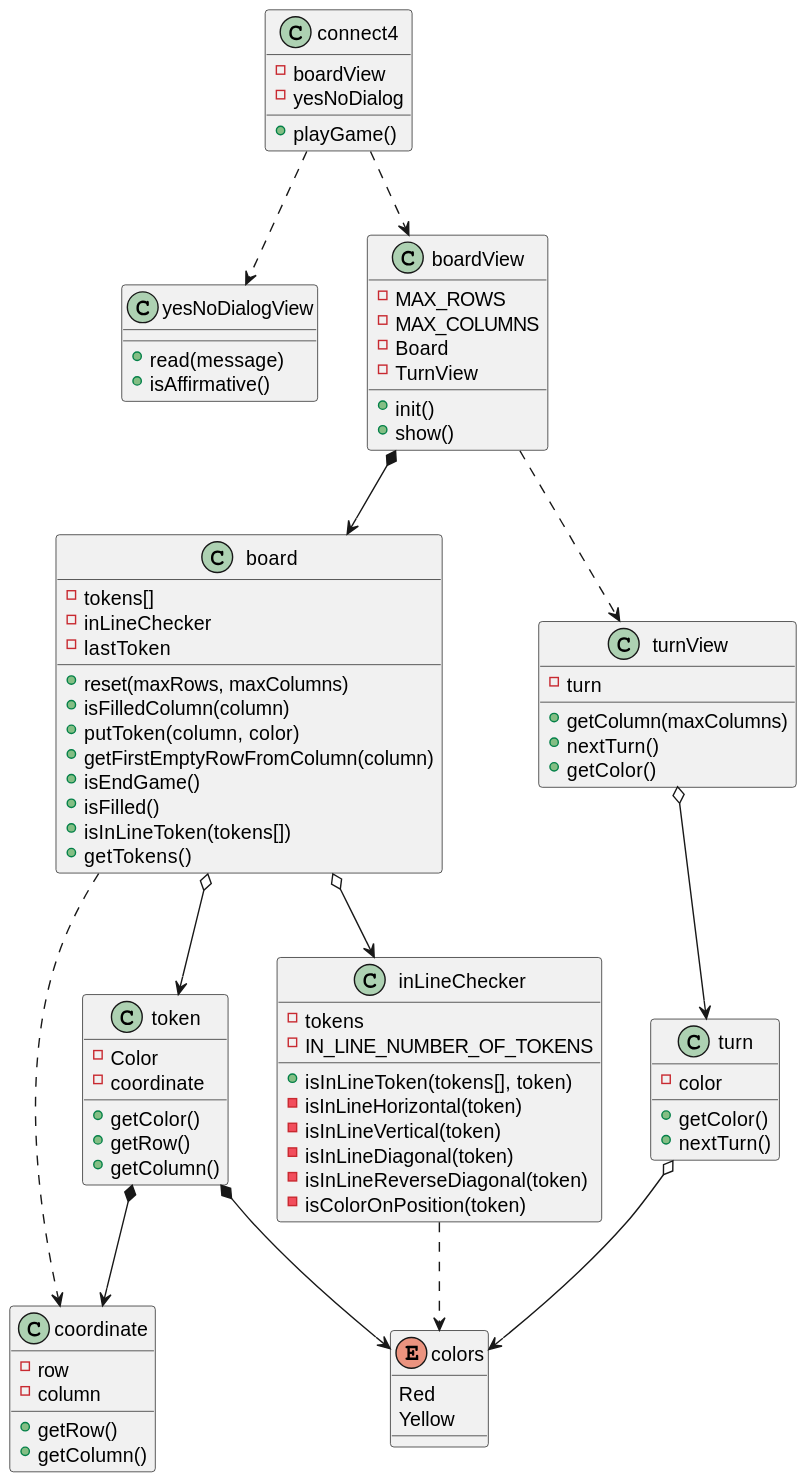
Earlier version of the PlantUML export out/UML/softwareModel/softwareModel.svg (jumpering/connect4).
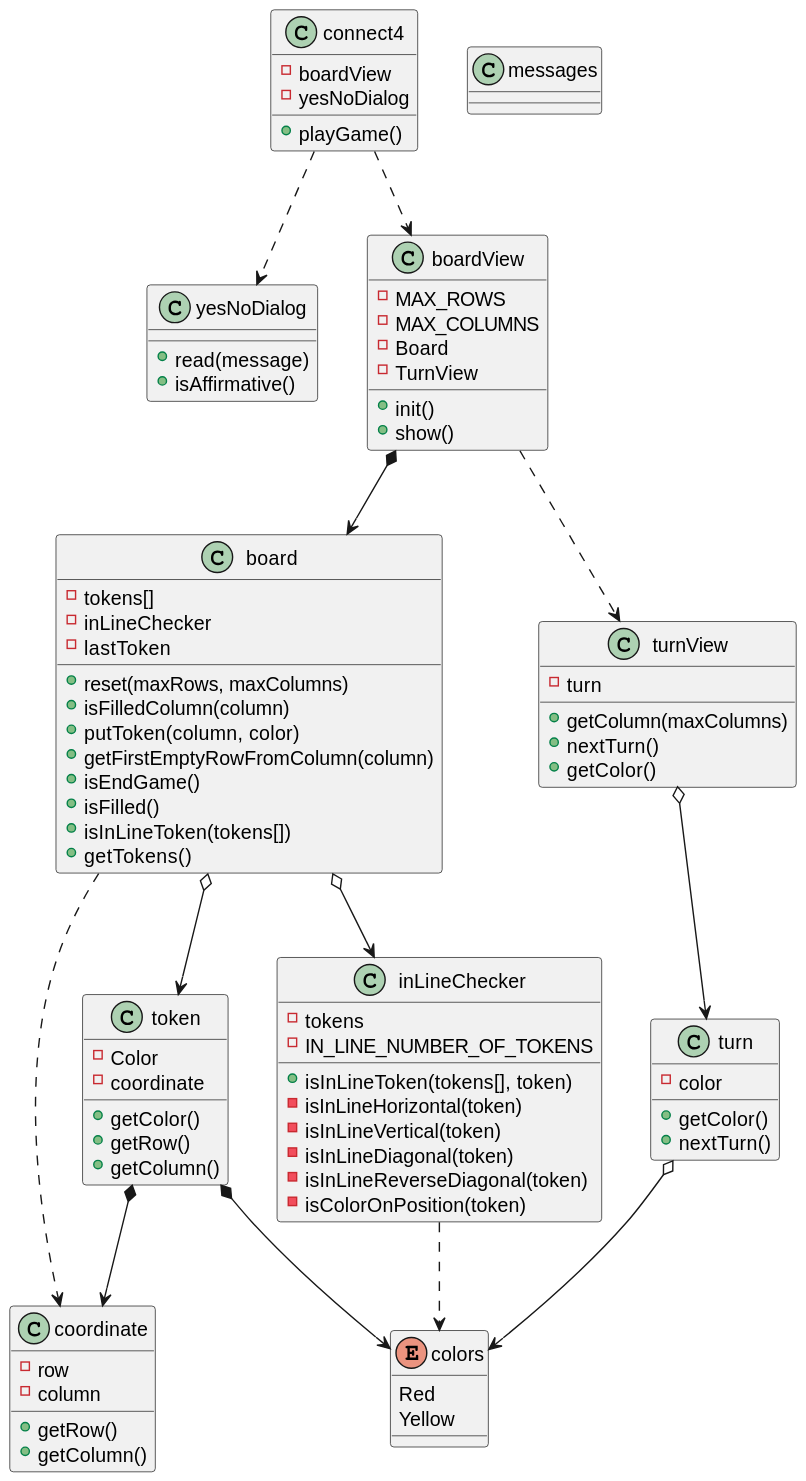
After the commit.

Commit message:
refactor UML inLineChecker class

What changed in the source:
```diff
@@ -5,7 +5,7 @@
     - yesNoDialog
     + playGame()
 }
-class yesNoDialogView{
+class yesNoDialog{
     + read(message)
     + isAffirmative()
 }
@@ -74,8 +74,12 @@
 Yellow
 }
 
+class messages{
+
+}
+
 connect4 ..> boardView
-connect4 ..> yesNoDialogView
+connect4 ..> yesNoDialog
 boardView *--> board
 boardView ..> turnView
 turnView o--> turn
```
